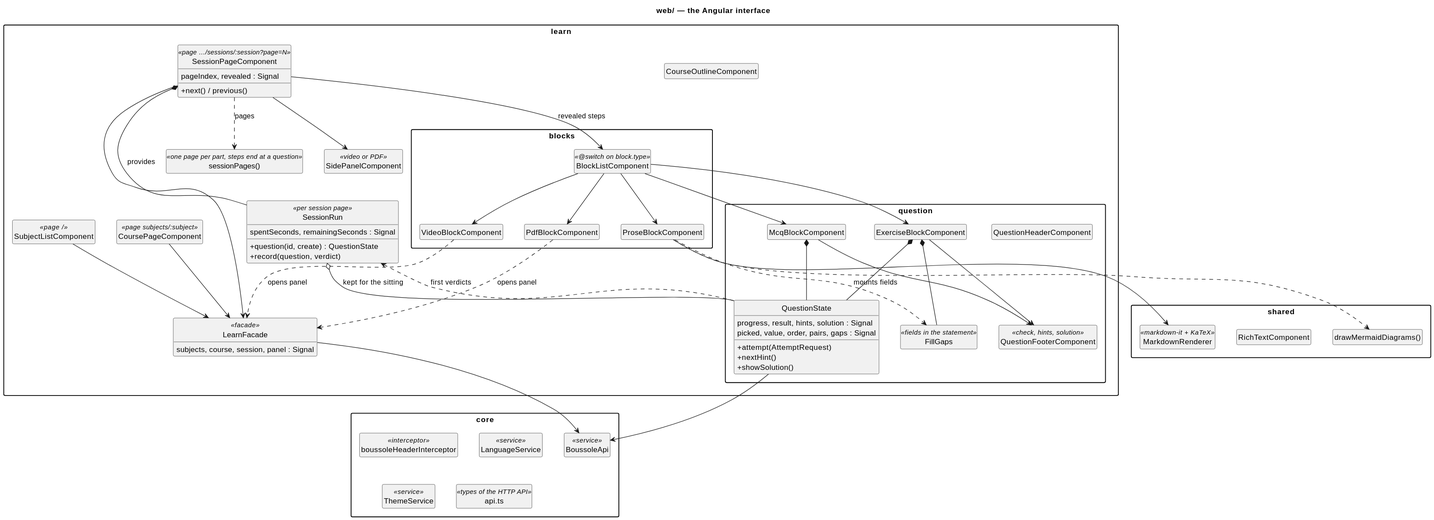
Earlier version of the PlantUML export docs/diagrams/80-web.svg (lucasssoh/Boussole).
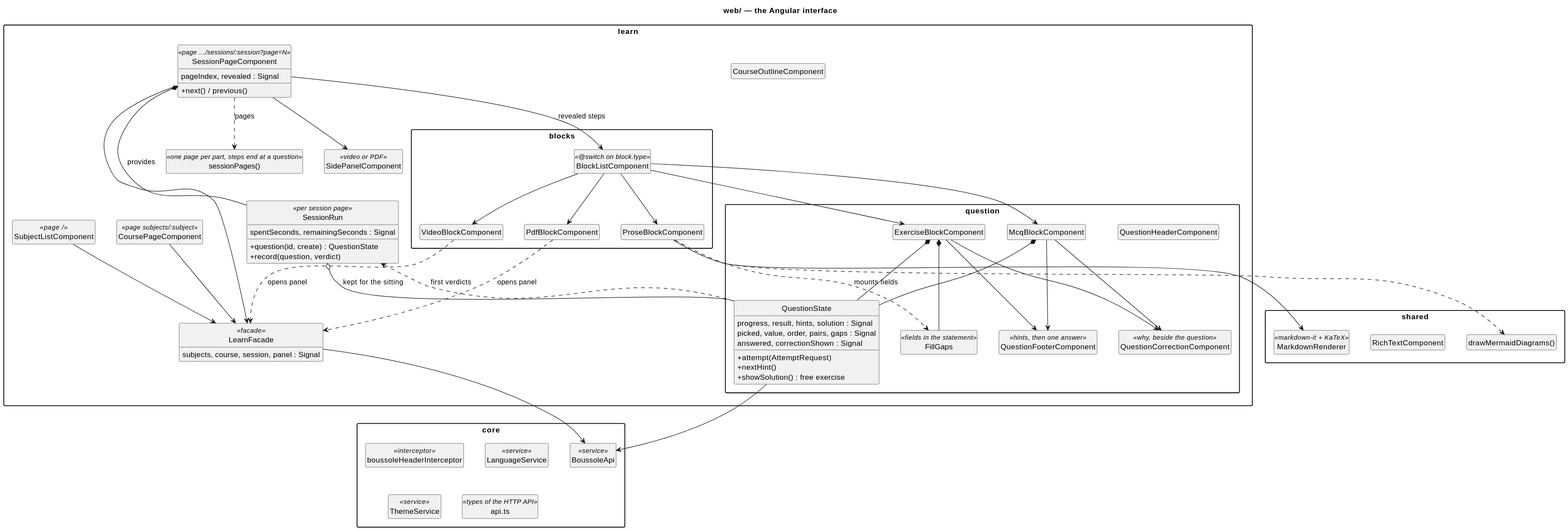
Above is the later version.

What changed in the source:
```diff
@@ -45,14 +45,16 @@
 package "learn.question" {
   class McqBlockComponent
   class ExerciseBlockComponent
-  class QuestionFooterComponent <<check, hints, solution>>
+  class QuestionFooterComponent <<hints, then one answer>>
+  class QuestionCorrectionComponent <<why, beside the question>>
   class QuestionHeaderComponent
   class QuestionState {
     progress, result, hints, solution : Signal
     picked, value, order, pairs, gaps : Signal
     +attempt(AttemptRequest)
     +nextHint()
-    +showSolution()
+    +showSolution() : free exercise
+    answered, correctionShown : Signal
   }
   class FillGaps <<fields in the statement>>
 }
@@ -82,6 +84,8 @@
 ExerciseBlockComponent *-- FillGaps
 McqBlockComponent --> QuestionFooterComponent
 ExerciseBlockComponent --> QuestionFooterComponent
+McqBlockComponent --> QuestionCorrectionComponent
+ExerciseBlockComponent --> QuestionCorrectionComponent
 QuestionState --> BoussoleApi
 QuestionState ..> SessionRun : first verdicts
 ProseBlockComponent --> MarkdownRenderer
```
